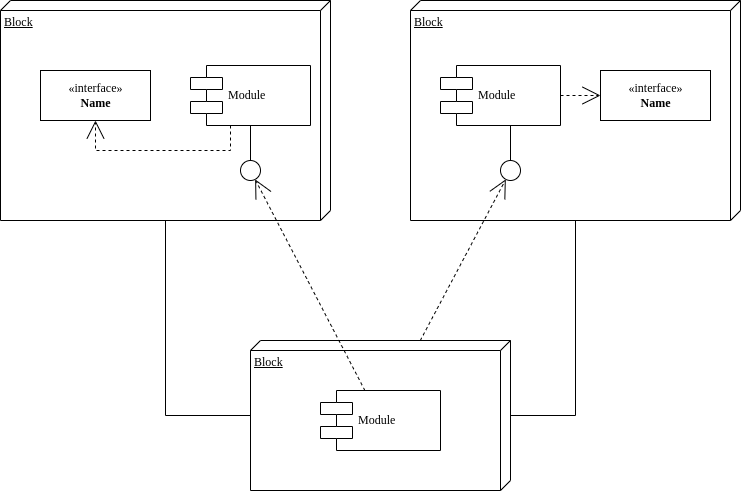
OliverSolomon/KukuSmart keeps this draw.io diagram as structure.drawio.png. Above is the earlier version. Source tidied: cells renumbered, new cells last; positions are measured from the earlier drawing's top-left corner, leaving out a move shared by most shapes.
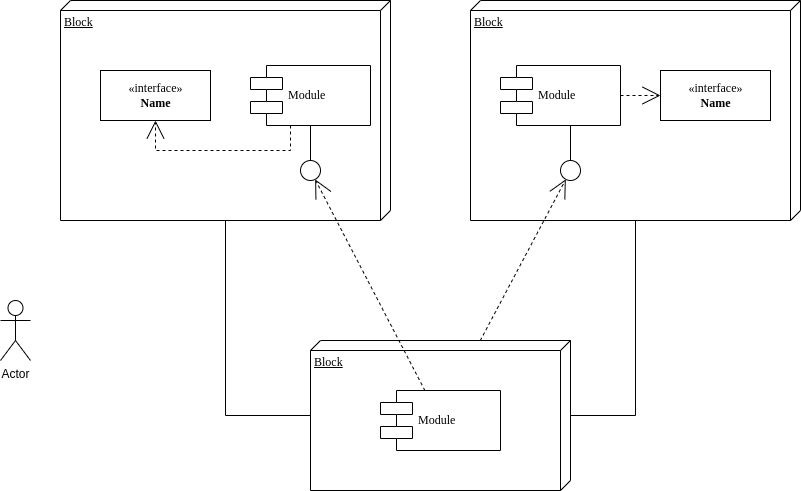
Later version of the same file.

What changed in the source:
```diff
@@ -69,5 +69,8 @@
         </Array>
       </mxGeometry>
     </mxCell>
+    <mxCell id="20" value="Actor" style="shape=umlActor;verticalLabelPosition=bottom;verticalAlign=top;html=1;" parent="1" vertex="1">
+      <mxGeometry x="-60" y="300" width="30" height="60" as="geometry" />
+    </mxCell>
   </root>
 </mxGraphModel>
```
